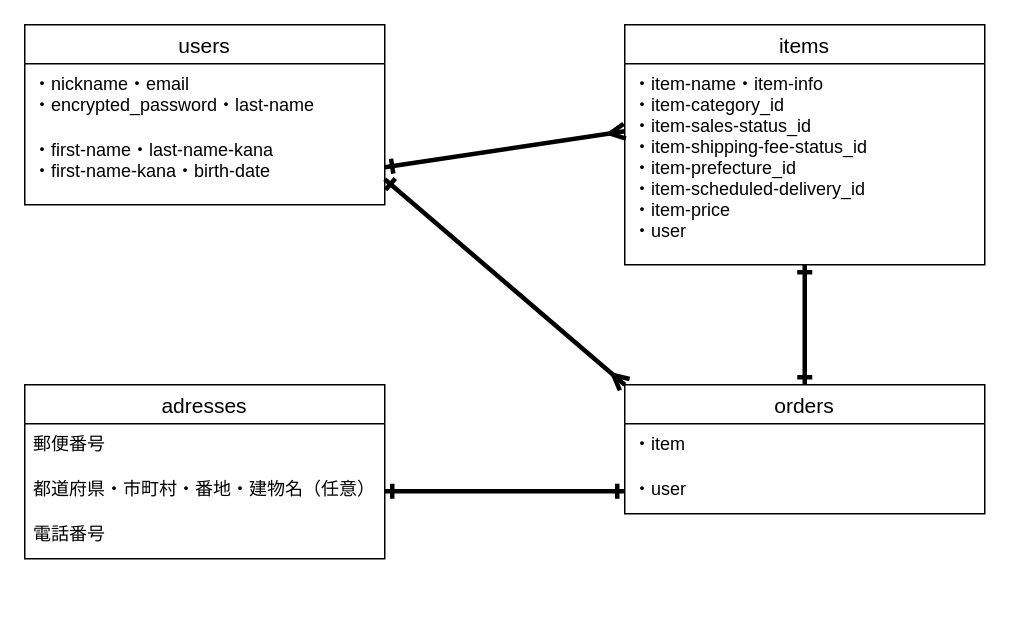
The draw.io diagram er.dio in t-iida47/furima-38664, before the edit. Source tidied: cells renumbered, new cells numbered last; positions are measured from the earlier drawing's top-left corner, leaving out a move shared by most shapes. Both pictures are drawn from the tidied source at 150%, with x=0, y=0 at pixel (24, 24).
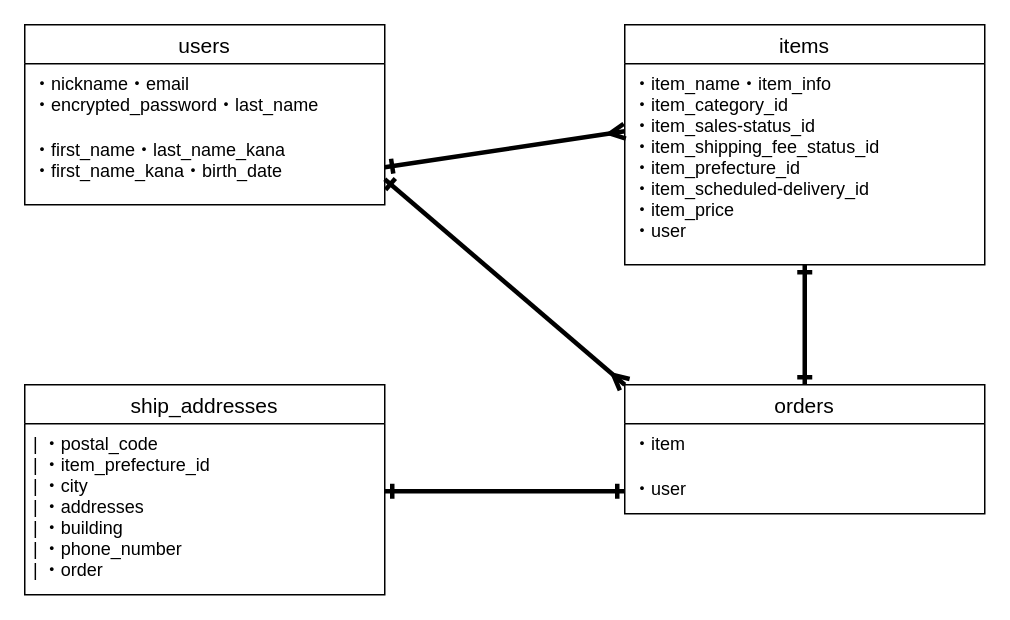
Above is the later version.

The edit, as a diff of the source:
```diff
@@
 <mxGraphModel>
   <root>
     <mxCell id="0" />
     <mxCell id="1" parent="0" />
     <mxCell id="2" value="users" style="swimlane;fontStyle=0;horizontal=1;startSize=26;align=center;fontSize=14;" parent="1" vertex="1">
       <mxGeometry width="240" height="120" as="geometry" />
     </mxCell>
-    <mxCell id="3" value="・nickname・email&#10;・encrypted_password・last-name" style="text;strokeColor=none;fillColor=none;spacingLeft=4;spacingRight=4;overflow=hidden;fontSize=12;" parent="2" vertex="1">
+    <mxCell id="3" value="・nickname・email&#10;・encrypted_password・last_name" style="text;strokeColor=none;fillColor=none;spacingLeft=4;spacingRight=4;overflow=hidden;fontSize=12;" parent="2" vertex="1">
       <mxGeometry y="26" width="240" height="44" as="geometry" />
     </mxCell>
-    <mxCell id="4" value="・first-name・last-name-kana&#10;・first-name-kana・birth-date" style="text;strokeColor=none;fillColor=none;spacingLeft=4;spacingRight=4;overflow=hidden;points=[[0,0.5],[1,0.5]];portConstraint=eastwest;fontSize=12;" parent="2" vertex="1">
+    <mxCell id="4" value="・first_name・last_name_kana&#10;・first_name_kana・birth_date" style="text;strokeColor=none;fillColor=none;spacingLeft=4;spacingRight=4;overflow=hidden;points=[[0,0.5],[1,0.5]];portConstraint=eastwest;fontSize=12;" parent="2" vertex="1">
       <mxGeometry y="70" width="240" height="50" as="geometry" />
     </mxCell>
     <mxCell id="5" style="edgeStyle=none;html=1;entryX=0.5;entryY=0;entryDx=0;entryDy=0;strokeWidth=3;startArrow=ERone;startFill=0;endArrow=ERone;endFill=0;" parent="1" edge="1" source="6" target="12">
       <mxGeometry relative="1" as="geometry" />
     </mxCell>
     <mxCell id="6" value="items" style="swimlane;fontStyle=0;horizontal=1;startSize=26;align=center;fontSize=14;" parent="1" vertex="1">
       <mxGeometry x="400" width="240" height="160" as="geometry" />
     </mxCell>
-    <mxCell id="7" value="・item-name・item-info&#10;・item-category_id&#10;・item-sales-status_id&#10;・item-shipping-fee-status_id&#10;・item-prefecture_id&#10;・item-scheduled-delivery_id&#10;・item-price&#10;・user" style="text;strokeColor=none;fillColor=none;spacingLeft=4;spacingRight=4;overflow=hidden;fontSize=12;" parent="6" vertex="1">
+    <mxCell id="7" value="・item_name・item_info&#10;・item_category_id&#10;・item_sales-status_id&#10;・item_shipping_fee_status_id&#10;・item_prefecture_id&#10;・item_scheduled-delivery_id&#10;・item_price&#10;・user" style="text;strokeColor=none;fillColor=none;spacingLeft=4;spacingRight=4;overflow=hidden;fontSize=12;" parent="6" vertex="1">
       <mxGeometry y="26" width="240" height="134" as="geometry" />
     </mxCell>
-    <mxCell id="8" value="adresses" style="swimlane;fontStyle=0;horizontal=1;startSize=26;align=center;fontSize=14;" parent="1" vertex="1">
-      <mxGeometry y="240" width="240" height="116" as="geometry" />
+    <mxCell id="8" value="ship_addresses" style="swimlane;fontStyle=0;horizontal=1;startSize=26;align=center;fontSize=14;" parent="1" vertex="1">
+      <mxGeometry y="240" width="240" height="140" as="geometry" />
     </mxCell>
-    <mxCell id="9" value="郵便番号" style="text;strokeColor=none;fillColor=none;spacingLeft=4;spacingRight=4;overflow=hidden;fontSize=12;" parent="8" vertex="1">
-      <mxGeometry y="26" width="240" height="30" as="geometry" />
+    <mxCell id="9" value="| ・postal_code&#10;| ・item_prefecture_id&#10;| ・city&#10;| ・addresses&#10;| ・building&#10;| ・phone_number&#10;| ・order" style="text;strokeColor=none;fillColor=none;spacingLeft=4;spacingRight=4;overflow=hidden;fontSize=12;" parent="8" vertex="1">
+      <mxGeometry y="26" width="240" height="114" as="geometry" />
     </mxCell>
-    <mxCell id="10" value="都道府県・市町村・番地・建物名（任意）" style="text;strokeColor=none;fillColor=none;spacingLeft=4;spacingRight=4;overflow=hidden;points=[[0,0.5],[1,0.5]];portConstraint=eastwest;fontSize=12;" parent="8" vertex="1">
-      <mxGeometry y="56" width="240" height="30" as="geometry" />
-    </mxCell>
-    <mxCell id="11" value="電話番号" style="text;strokeColor=none;fillColor=none;spacingLeft=4;spacingRight=4;overflow=hidden;fontSize=12;" parent="8" vertex="1">
-      <mxGeometry y="86" width="240" height="30" as="geometry" />
-    </mxCell>
     <mxCell id="12" value="orders" style="swimlane;fontStyle=0;horizontal=1;startSize=26;align=center;fontSize=14;" parent="1" vertex="1">
       <mxGeometry x="400" y="240" width="240" height="86" as="geometry" />
     </mxCell>
     <mxCell id="13" value="・item" style="text;strokeColor=none;fillColor=none;spacingLeft=4;spacingRight=4;overflow=hidden;fontSize=12;" parent="12" vertex="1">
       <mxGeometry y="26" width="240" height="30" as="geometry" />
     </mxCell>
     <mxCell id="14" value="・user" style="text;strokeColor=none;fillColor=none;spacingLeft=4;spacingRight=4;overflow=hidden;points=[[0,0.5],[1,0.5]];portConstraint=eastwest;fontSize=12;" parent="12" vertex="1">
       <mxGeometry y="56" width="240" height="30" as="geometry" />
     </mxCell>
     <mxCell id="15" style="edgeStyle=none;html=1;exitX=1;exitY=0.5;exitDx=0;exitDy=0;entryX=0;entryY=0.5;entryDx=0;entryDy=0;startArrow=ERone;startFill=0;endArrow=ERmany;endFill=0;strokeWidth=3;" parent="1" edge="1" source="4">
       <mxGeometry relative="1" as="geometry">
         <mxPoint x="400" y="71" as="targetPoint" />
       </mxGeometry>
     </mxCell>
-    <mxCell id="16" style="edgeStyle=none;html=1;exitX=1;exitY=0.5;exitDx=0;exitDy=0;startArrow=ERone;startFill=0;endArrow=ERone;endFill=0;strokeWidth=3;" parent="1" edge="1" source="10" target="14">
-      <mxGeometry relative="1" as="geometry" />
+    <mxCell id="16" style="edgeStyle=none;html=1;exitX=1;exitY=0.5;exitDx=0;exitDy=0;startArrow=ERone;startFill=0;endArrow=ERone;endFill=0;strokeWidth=3;" parent="1" edge="1" target="14">
+      <mxGeometry relative="1" as="geometry">
+        <mxPoint x="240" y="311" as="sourcePoint" />
+      </mxGeometry>
     </mxCell>
     <mxCell id="17" style="edgeStyle=none;html=1;exitX=1;exitY=0.5;exitDx=0;exitDy=0;entryX=0;entryY=0;entryDx=0;entryDy=0;startArrow=ERone;startFill=0;endArrow=ERmany;endFill=0;strokeWidth=3;" parent="1" edge="1" target="12">
       <mxGeometry relative="1" as="geometry">
         <mxPoint x="240" y="103" as="sourcePoint" />
       </mxGeometry>
     </mxCell>
   </root>
 </mxGraphModel>
```
